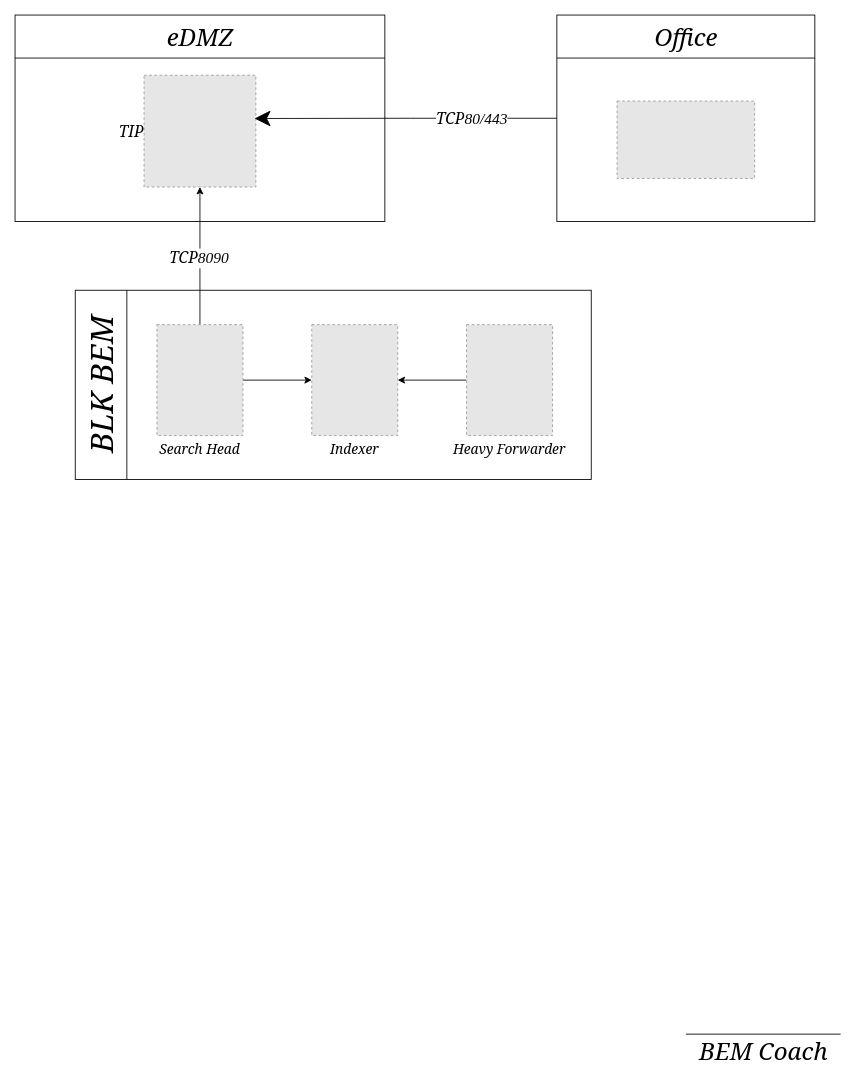
sumkomorebi/PicGo keeps this draw.io diagram as img/blk-bem/BLK_tip_v1.1.drawio. Above is the earlier version. Source tidied: cells renumbered, new cells numbered last; positions are measured from the earlier drawing's top-left corner, leaving out a move shared by most shapes. Both pictures are drawn from the tidied source at 86%, with x=0, y=0 at pixel (15, 15). Pictures stored in the file or linked from it are replaced by grey dashed boxes.
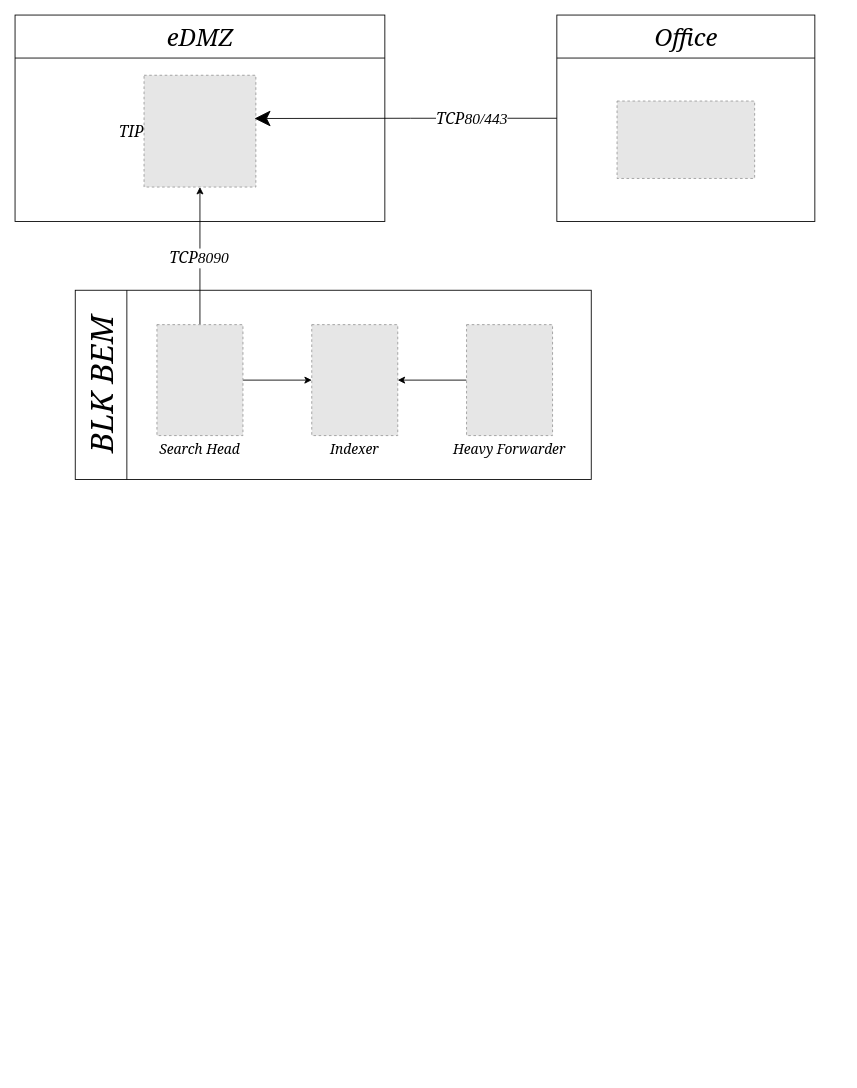
After the change.

Diff of the diagram source:
```diff
@@
-    <mxCell id="13" style="endArrow=none;html=1;rounded=0;" parent="1" edge="1">
-      <mxGeometry relative="1" as="geometry">
-        <mxPoint x="780" y="1185" as="sourcePoint" />
-        <mxPoint x="960" y="1185" as="targetPoint" />
-      </mxGeometry>
-    </mxCell>
-    <mxCell id="14" value="BEM Coach" style="text;html=1;align=center;verticalAlign=middle;strokeColor=none;fillColor=none;fontStyle=2;fontFamily=Georgia;fontSize=28;" parent="1" vertex="1">
-      <mxGeometry x="785" y="1180" width="170" height="50" as="geometry" />
-    </mxCell>
```
